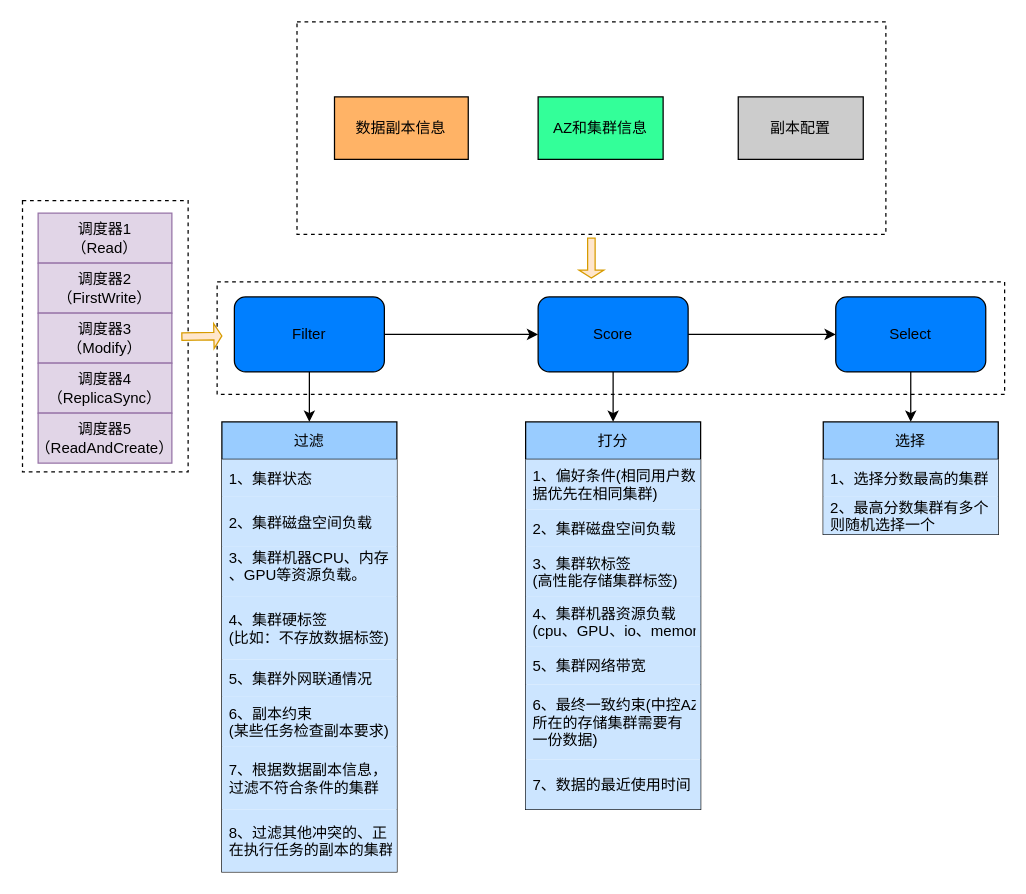
The draw.io diagram page "第 4 页" (4 of 5) of multiple-cluster/宣讲材料.drawio in paochiang/draw, before the edit. Source tidied: cells renumbered, new cells numbered last; positions are measured from the earlier drawing's top-left corner, leaving out a move shared by most shapes. Both pictures are drawn from the tidied source at 125%, with x=0, y=0 at pixel (22, 21).
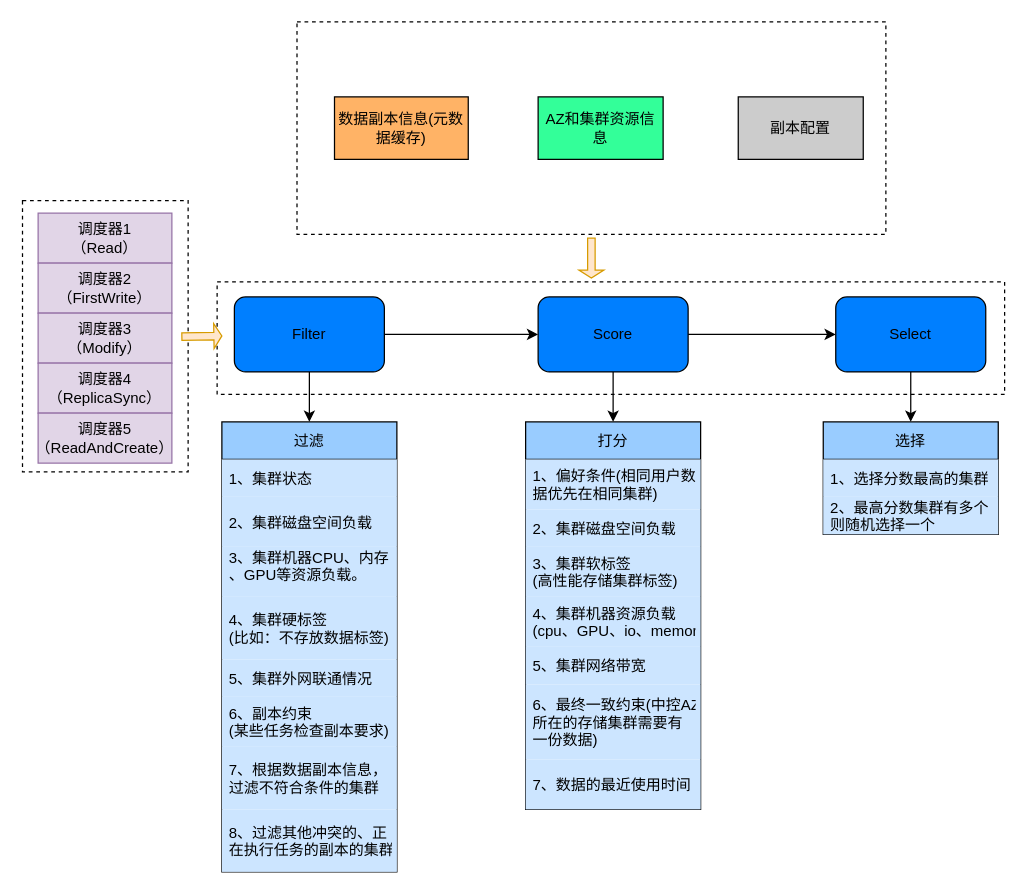
The same page after the edit.

Change to the diagram source:
```diff
@@
-    <mxCell id="22" value="AZ和集群信息" style="rounded=0;whiteSpace=wrap;html=1;fillColor=#33FF99;" parent="1" vertex="1">
+    <mxCell id="22" value="AZ和集群资源信息" style="rounded=0;whiteSpace=wrap;html=1;fillColor=#33FF99;" parent="1" vertex="1">
       <mxGeometry x="412" y="60" width="100" height="50" as="geometry" />
     </mxCell>
@@
-    <mxCell id="24" value="数据副本信息" style="rounded=0;whiteSpace=wrap;html=1;fillColor=#FFB366;" parent="1" vertex="1">
+    <mxCell id="24" value="数据副本信息(元数据缓存)" style="rounded=0;whiteSpace=wrap;html=1;fillColor=#FFB366;" parent="1" vertex="1">
       <mxGeometry x="249.1" y="60" width="107" height="50" as="geometry" />
     </mxCell>
```
